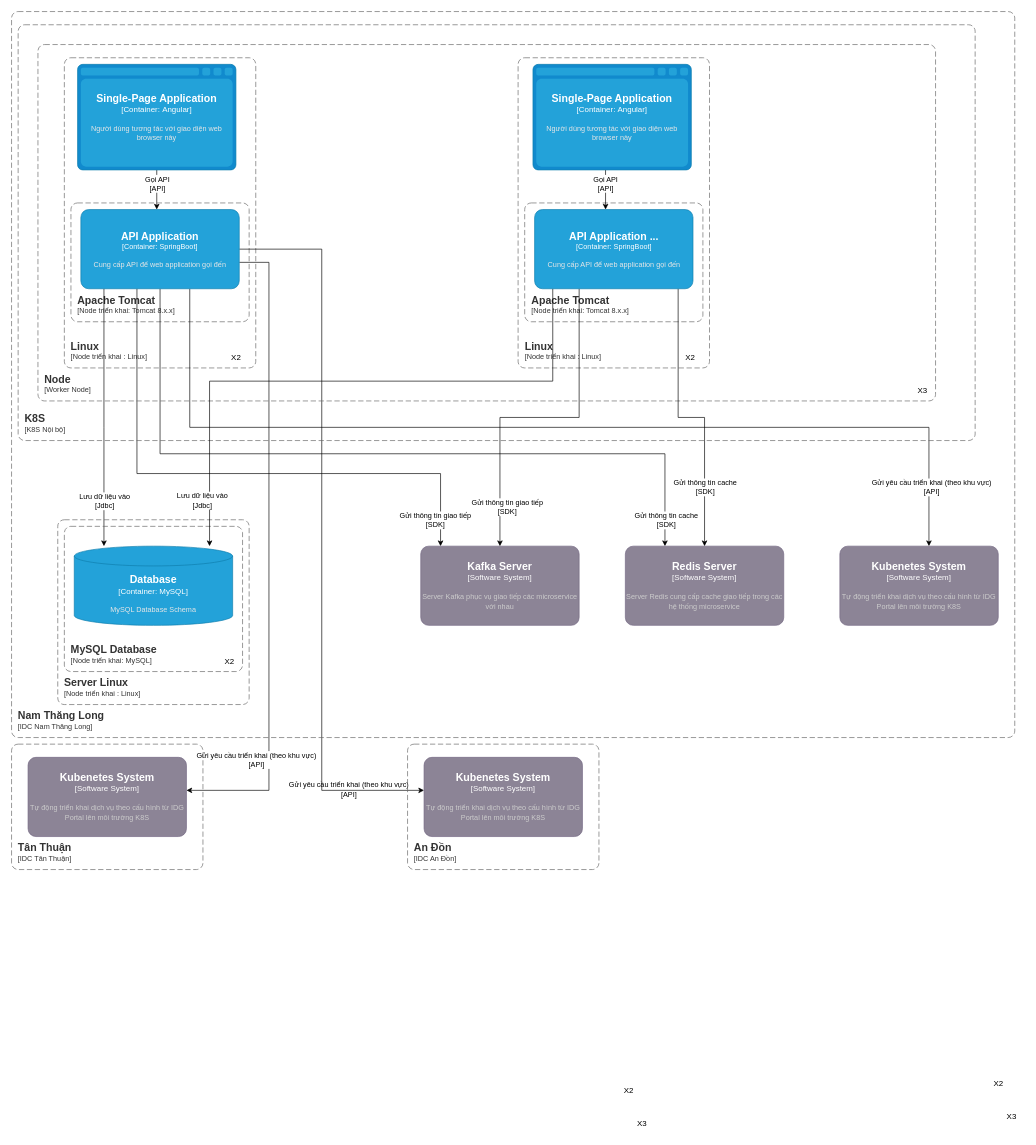
The draw.io diagram IdgPortal-Deployment.drawio in dangngocsoncntt/draw.io, before the edit. Source tidied: cells renumbered, new cells numbered last; positions are measured from the earlier drawing's top-left corner, leaving out a move shared by most shapes. Both pictures are drawn from the tidied source at 66%, with x=0, y=0 at pixel (11, 11).
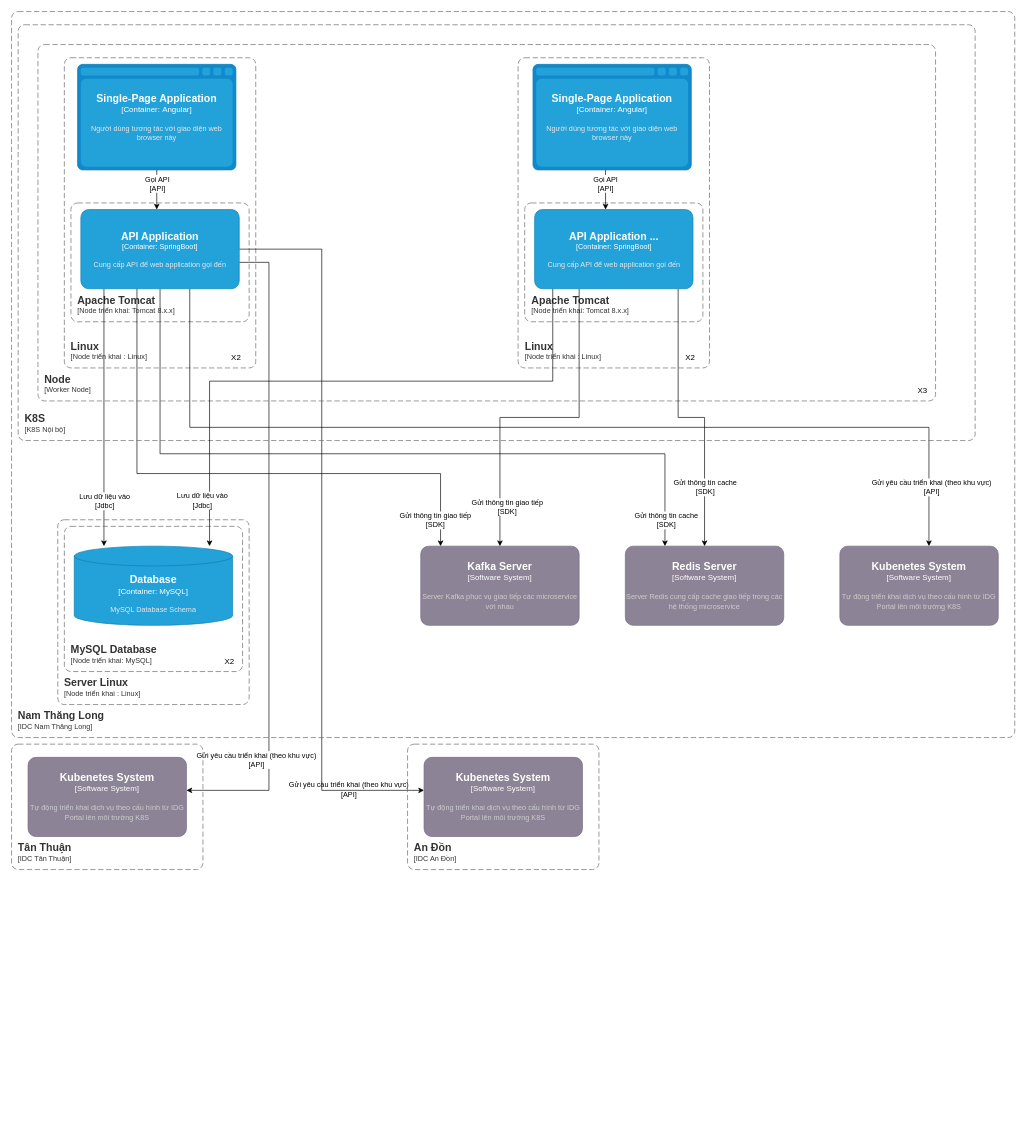
Above is the later version.

What changed in the source:
```diff
@@
-    <mxCell id="32" value="X2" style="text;html=1;align=center;verticalAlign=middle;strokeColor=none;fillColor=none;" parent="1" vertex="1">
-      <mxGeometry x="1475" y="1610" width="40" height="30" as="geometry" />
-    </mxCell>
-    <mxCell id="33" value="X3" style="text;html=1;align=center;verticalAlign=middle;strokeColor=none;fillColor=none;" parent="1" vertex="1">
-      <mxGeometry x="1495" y="1660" width="40" height="30" as="geometry" />
-    </mxCell>
@@
-    <mxCell id="35" value="X2" style="text;html=1;align=center;verticalAlign=middle;strokeColor=none;fillColor=none;" parent="1" vertex="1">
-      <mxGeometry x="915" y="1620" width="40" height="30" as="geometry" />
-    </mxCell>
-    <mxCell id="36" value="X3" style="text;html=1;align=center;verticalAlign=middle;strokeColor=none;fillColor=none;" parent="1" vertex="1">
-      <mxGeometry x="935" y="1670" width="40" height="30" as="geometry" />
-    </mxCell>
```
